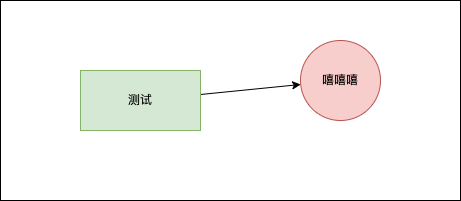
The draw.io diagram demo.drawio.png in docsify-note/docsify-note, before a commit. Source tidied: cells renumbered, new cells last; positions are measured from the earlier drawing's top-left corner, leaving out a move shared by most shapes. The source it was exported from:
```xml
<mxGraphModel>
  <root>
    <mxCell id="0" />
    <mxCell id="1" parent="0" />
    <mxCell id="2" style="rounded=0;whiteSpace=wrap;html=1;" parent="1" vertex="1">
      <mxGeometry width="460" height="200" as="geometry" />
    </mxCell>
    <mxCell id="3" style="edgeStyle=none;html=1;" parent="1" edge="1" source="4" target="5">
      <mxGeometry relative="1" as="geometry" />
    </mxCell>
    <mxCell id="4" value="测试" style="rounded=0;whiteSpace=wrap;html=1;fillColor=#d5e8d4;strokeColor=#82b366;" parent="1" vertex="1">
      <mxGeometry x="80" y="70" width="120" height="60" as="geometry" />
    </mxCell>
    <mxCell id="5" value="嘻嘻嘻" style="ellipse;whiteSpace=wrap;html=1;rounded=0;fillColor=#f8cecc;strokeColor=#b85450;" parent="1" vertex="1">
      <mxGeometry x="300" y="40" width="80" height="80" as="geometry" />
    </mxCell>
  </root>
</mxGraphModel>
```
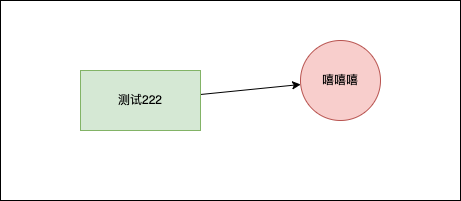
Later version of the same file.

Commit message:
demo-high中增加drawio png的方式引入可编辑图片。

Change to the diagram source:
```diff
@@ -8,7 +8,7 @@
     <mxCell id="3" style="edgeStyle=none;html=1;" parent="1" edge="1" source="4" target="5">
       <mxGeometry relative="1" as="geometry" />
     </mxCell>
-    <mxCell id="4" value="测试" style="rounded=0;whiteSpace=wrap;html=1;fillColor=#d5e8d4;strokeColor=#82b366;" parent="1" vertex="1">
+    <mxCell id="4" value="测试222" style="rounded=0;whiteSpace=wrap;html=1;fillColor=#d5e8d4;strokeColor=#82b366;" parent="1" vertex="1">
       <mxGeometry x="80" y="70" width="120" height="60" as="geometry" />
     </mxCell>
     <mxCell id="5" value="嘻嘻嘻" style="ellipse;whiteSpace=wrap;html=1;rounded=0;fillColor=#f8cecc;strokeColor=#b85450;" parent="1" vertex="1">
```
